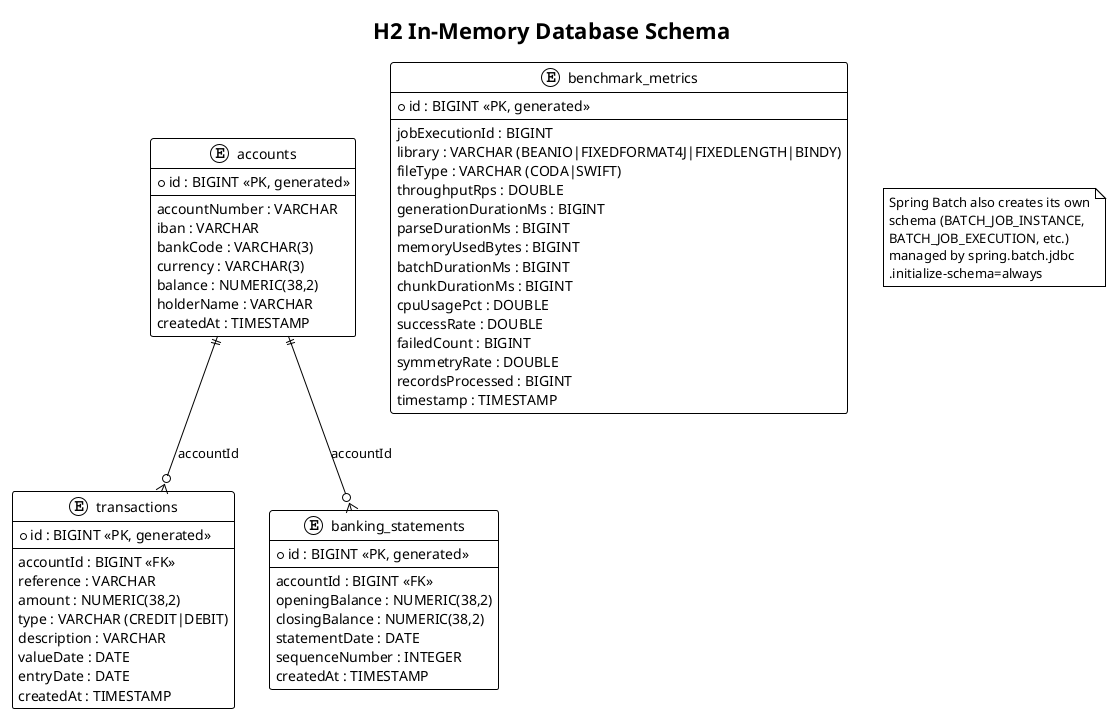
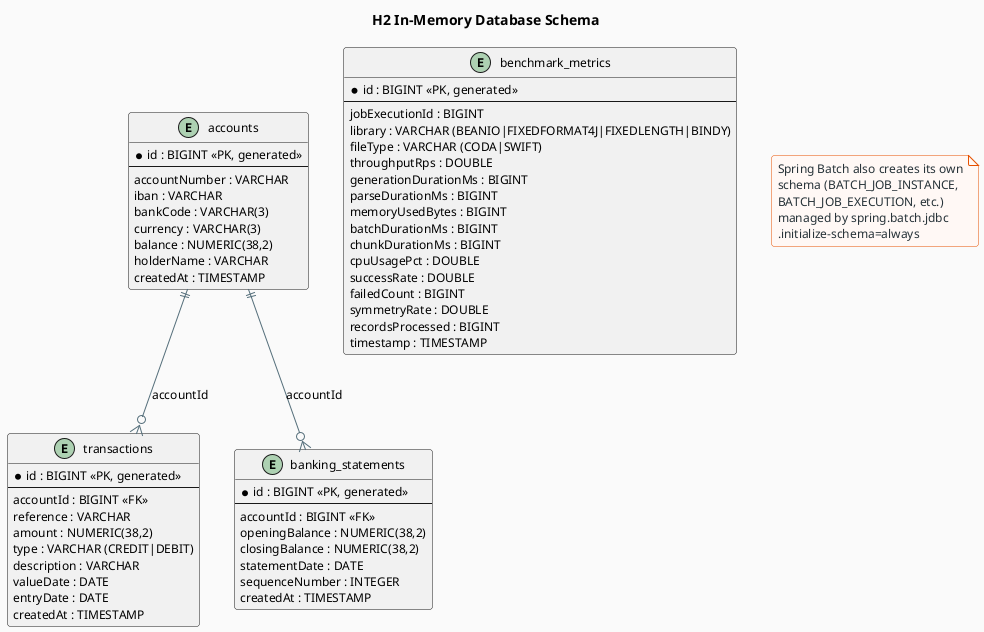
@startuml database-diagram
- !theme plain
title H2 In-Memory Database Schema
+ 
+ skinparam backgroundColor #fafafa
+ skinparam ShadowingEnabled false
+ skinparam RoundCorner 6
+ skinparam ArrowColor #546e7a
+ skinparam defaultFontName Arial
+ skinparam defaultFontSize 12
+ 
+ skinparam entity {
+     BackgroundColor #eceff1
+     BorderColor #37474f
+     FontColor #263238
+     HeaderBackgroundColor #e65100
+     HeaderFontColor #ffffff
+     HeaderFontStyle bold
+ }
+ 
+ skinparam note {
+     BackgroundColor #fff8f5
+     BorderColor #e65100
+     FontColor #263238
+ }

entity accounts {
  * id : BIGINT <<PK, generated>>
  --
  accountNumber : VARCHAR
  iban : VARCHAR
  bankCode : VARCHAR(3)
  currency : VARCHAR(3)
  balance : NUMERIC(38,2)
  holderName : VARCHAR
  createdAt : TIMESTAMP
}

entity transactions {
  * id : BIGINT <<PK, generated>>
  --
  accountId : BIGINT <<FK>>
  reference : VARCHAR
  amount : NUMERIC(38,2)
  type : VARCHAR (CREDIT|DEBIT)
  description : VARCHAR
  valueDate : DATE
  entryDate : DATE
  createdAt : TIMESTAMP
}

entity banking_statements {
  * id : BIGINT <<PK, generated>>
  --
  accountId : BIGINT <<FK>>
  openingBalance : NUMERIC(38,2)
  closingBalance : NUMERIC(38,2)
  statementDate : DATE
  sequenceNumber : INTEGER
  createdAt : TIMESTAMP
}

entity benchmark_metrics {
  * id : BIGINT <<PK, generated>>
  --
  jobExecutionId : BIGINT
  library : VARCHAR (BEANIO|FIXEDFORMAT4J|FIXEDLENGTH|BINDY)
  fileType : VARCHAR (CODA|SWIFT)
  throughputRps : DOUBLE
  generationDurationMs : BIGINT
  parseDurationMs : BIGINT
  memoryUsedBytes : BIGINT
  batchDurationMs : BIGINT
  chunkDurationMs : BIGINT
  cpuUsagePct : DOUBLE
  successRate : DOUBLE
  failedCount : BIGINT
  symmetryRate : DOUBLE
  recordsProcessed : BIGINT
  timestamp : TIMESTAMP
}

note "Spring Batch also creates its own\nschema (BATCH_JOB_INSTANCE,\nBATCH_JOB_EXECUTION, etc.)\nmanaged by spring.batch.jdbc\n.initialize-schema=always" as N1

accounts ||--o{ transactions : "accountId"
accounts ||--o{ banking_statements : "accountId"
@enduml
